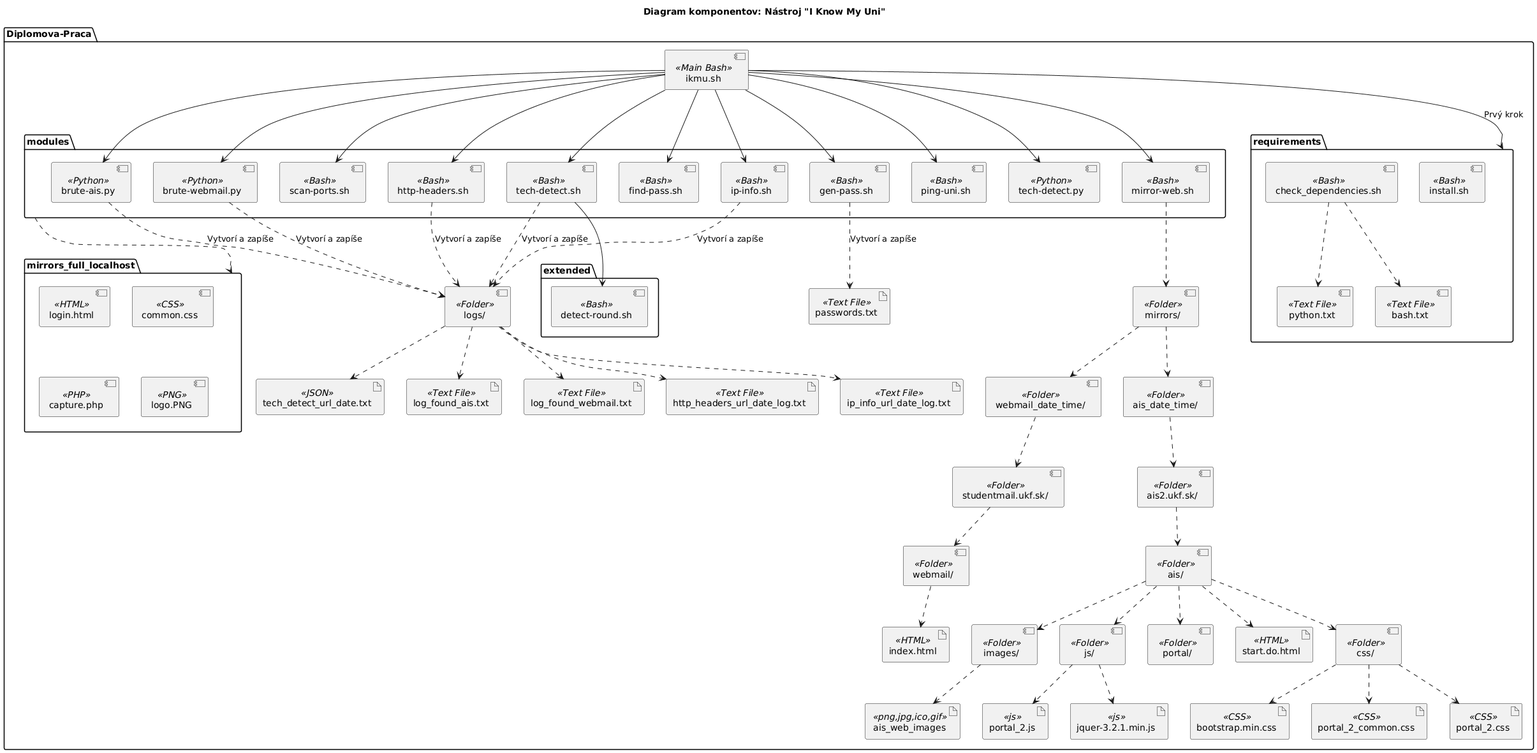
Before: diagrams/component_diagram.png, a diagram exported from PlantUML (majohlavacka/Diplomova-praca).
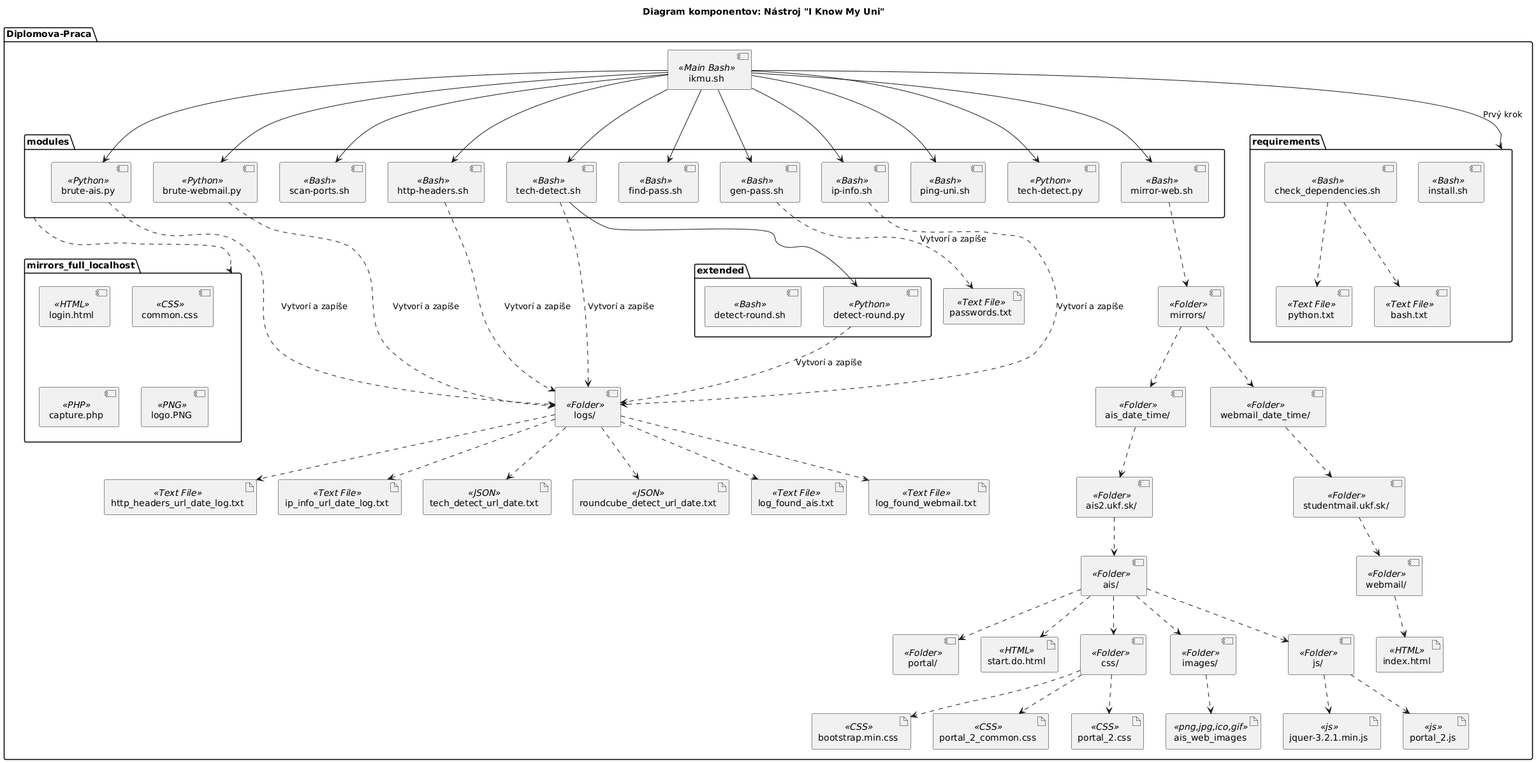
The same diagram one commit later.

Diff of the diagram source:
```diff
@@ -20,6 +20,7 @@
 
   package extended {
     component "detect-round.sh" as detect_round <<Bash>>
+    component "detect-round.py" as detect_round_python <<Python>>
   }
 
   package requirements {
@@ -62,6 +63,7 @@
   artifact "http_headers_url_date_log.txt" as http_headers_url_date_log <<Text File>>
   artifact "ip_info_url_date_log.txt" as ip_info_url_date_log <<Text File>>
   artifact "tech_detect_url_date.txt" as tech_detect_url_date <<JSON>>
+  artifact "roundcube_detect_url_date.txt" as roundcube_detect_url_date <<JSON>>
 }
 
 ikmu --> brute_ais
@@ -74,7 +76,7 @@
 ikmu --> tech_detect
 ikmu --> ping_uni
 ikmu --> tech_detect_python
-tech_detect --> detect_round
+tech_detect --> detect_round_python
 ikmu --> mirror_web
 
 brute_ais ..> logs : Vytvorí a zapíše
@@ -116,4 +118,7 @@
 
 tech_detect ..> logs : Vytvorí a zapíše
 logs ..> tech_detect_url_date
+
+detect_round_python ..> logs : Vytvorí a zapíše
+logs ..> roundcube_detect_url_date
 @enduml
```
